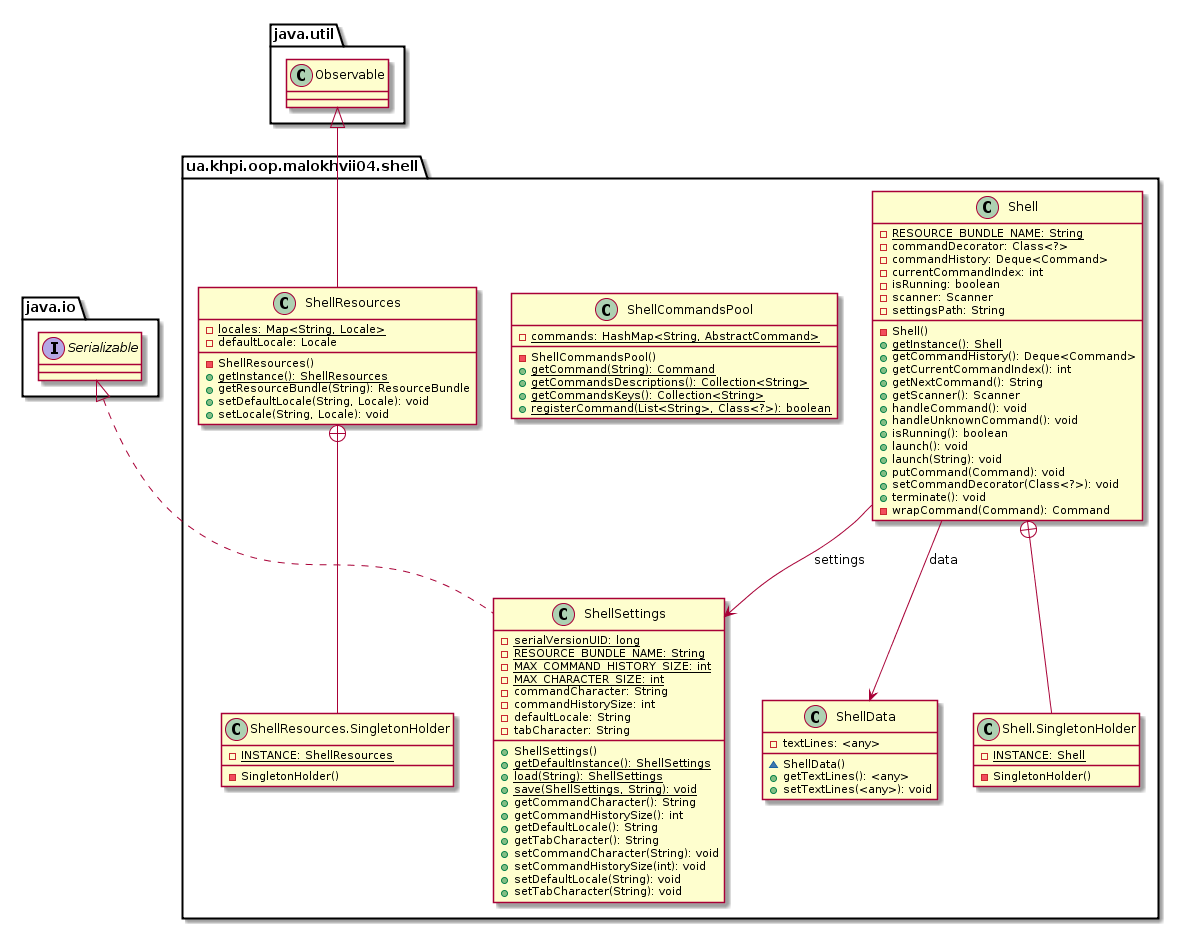
Earlier version of the PlantUML export malokhvii-eduard/malokhvii04/doc/plantuml/png/ua.khpi.oop.malokhvii04.shell.package.png (P-Kalin/kit26a).
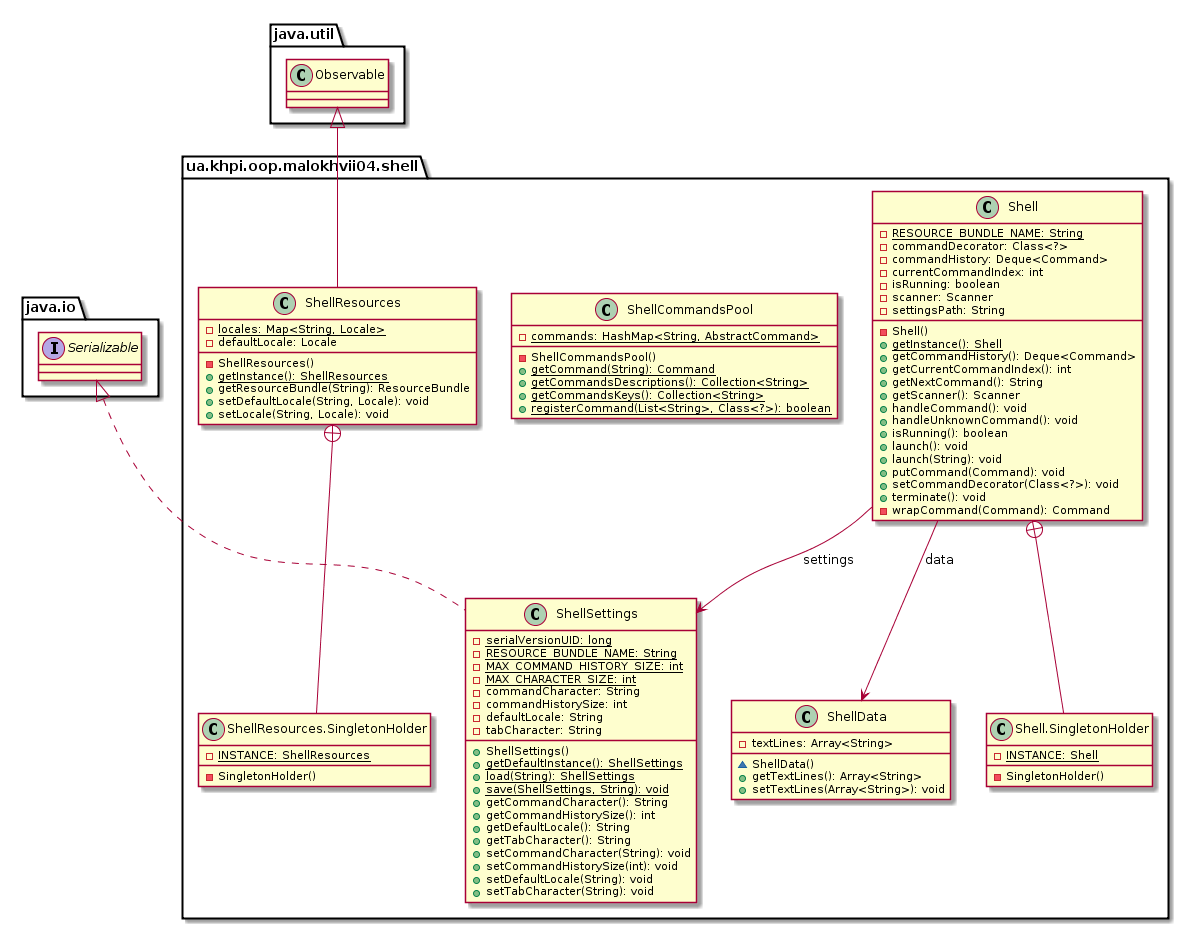
After the change.

Diff of the diagram source:
```diff
@@ -80,10 +80,10 @@
         }
 
         class ShellData {
-            -textLines: <any>
+            -textLines: Array<String>
             ~ShellData()
-            +getTextLines(): <any>
-            +setTextLines(<any>): void
+            +getTextLines(): Array<String>
+            +setTextLines(Array<String>): void
         }
 
         Shell +-- ua.khpi.oop.malokhvii04.shell.Shell.SingletonHolder
```
